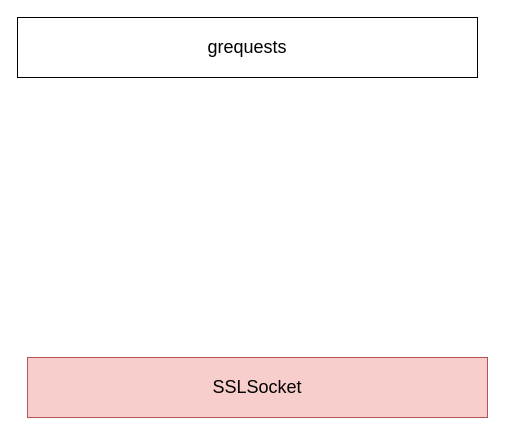
Above: decks/grequests-https-talk/images/double-monkey-patching-1.drawio in saurabh-hirani/slides (draw.io), before the change. Source tidied: cells renumbered, new cells numbered last; positions are measured from the earlier drawing's top-left corner, leaving out a move shared by most shapes. Both pictures are drawn from the tidied source at 100%, with x=0, y=0 at pixel (17, 17).
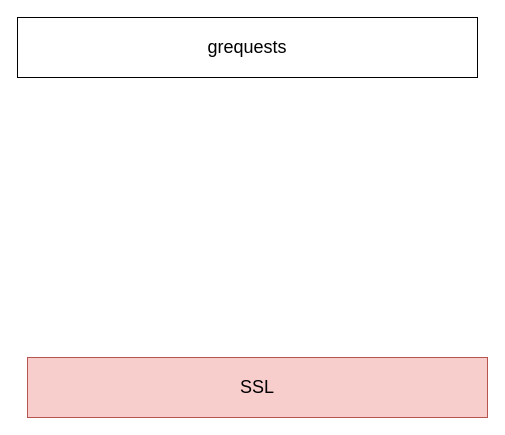
After the change.

Diff of the diagram source:
```diff
@@
 <mxGraphModel>
   <root>
     <mxCell id="0" />
     <mxCell id="1" parent="0" />
     <mxCell id="2" value="&lt;font style=&quot;font-size: 18px&quot;&gt;grequests&lt;/font&gt;" style="rounded=0;whiteSpace=wrap;html=1;" parent="1" vertex="1">
       <mxGeometry width="460" height="60" as="geometry" />
     </mxCell>
-    <mxCell id="3" value="&lt;font style=&quot;font-size: 18px&quot;&gt;SSLSocket&lt;/font&gt;" style="rounded=0;whiteSpace=wrap;html=1;fillColor=#f8cecc;strokeColor=#b85450;" parent="1" vertex="1">
+    <mxCell id="3" value="&lt;font style=&quot;font-size: 18px&quot;&gt;SSL&lt;/font&gt;" style="rounded=0;whiteSpace=wrap;html=1;fillColor=#f8cecc;strokeColor=#b85450;" parent="1" vertex="1">
       <mxGeometry x="10" y="340" width="460" height="60" as="geometry" />
     </mxCell>
   </root>
 </mxGraphModel>
```
